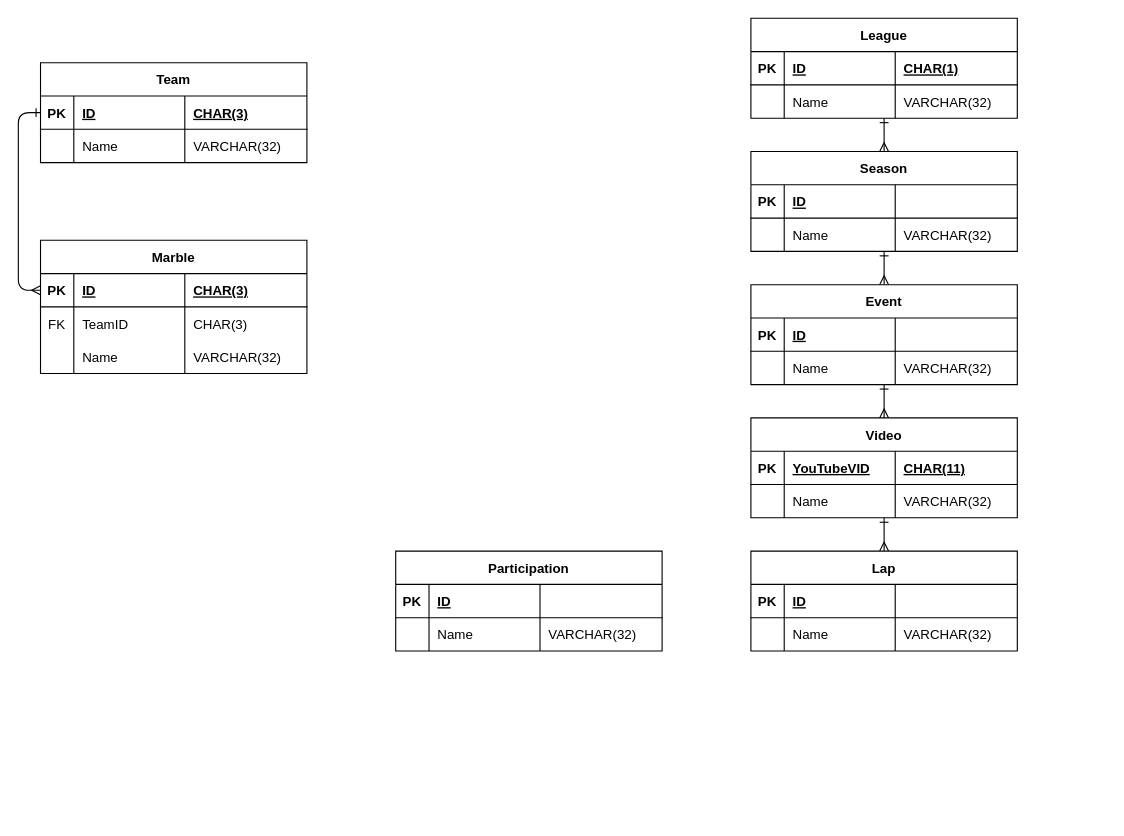
The draw.io diagram erd.drawio in JesusIsMyZoloft/JellesMarbleRuns, before the edit. Source tidied: cells renumbered, new cells numbered last; positions are measured from the earlier drawing's top-left corner, leaving out a move shared by most shapes. Both pictures are drawn from the tidied source at 111%, with x=0, y=0 at pixel (40, 18).
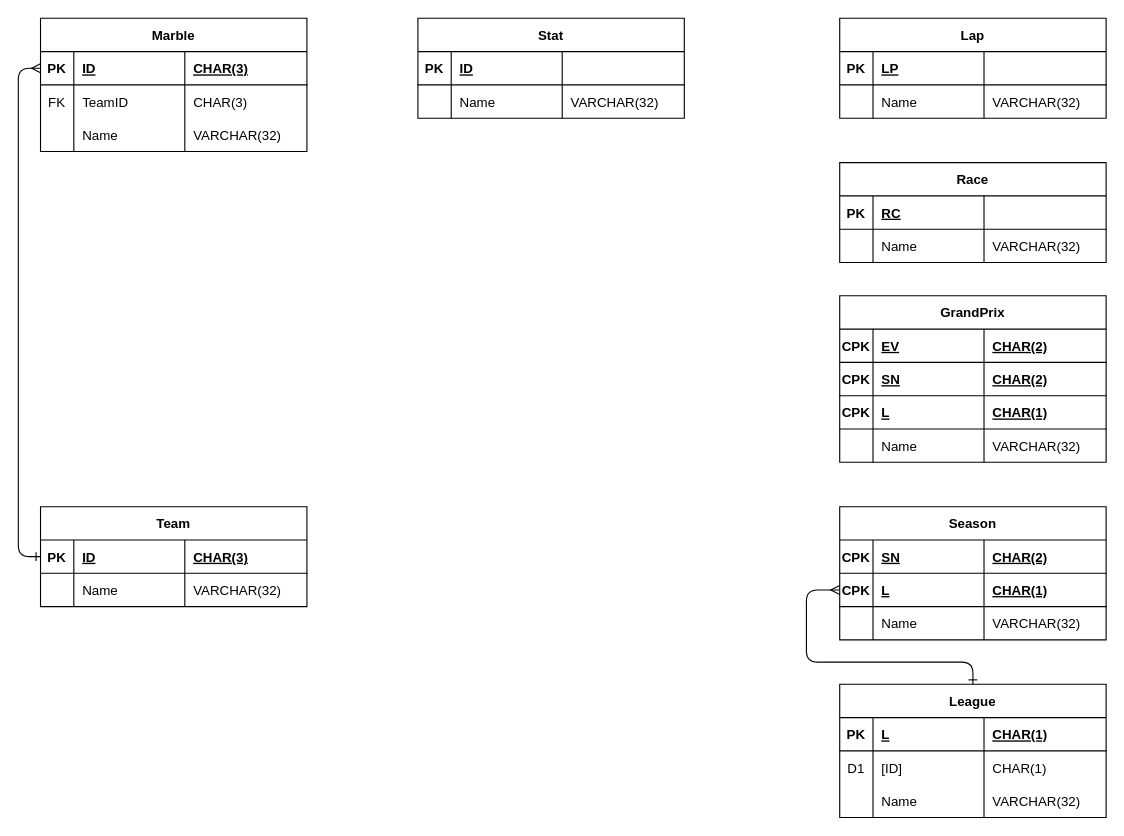
After the change.

Unchanged cells that the change refers to:
```xml
<mxCell id="27" style="shape=partialRectangle;fillColor=none;top=0;left=0;bottom=1;right=0;" parent="26" vertex="1">
  <mxGeometry y="30" width="240" height="30" as="geometry" />
</mxCell>
<mxCell id="31" style="shape=partialRectangle;fillColor=none;top=0;left=0;bottom=0;right=0;" parent="26" vertex="1">
  <mxGeometry y="60" width="240" height="30" as="geometry" />
</mxCell>
<mxCell id="37" style="shape=partialRectangle;fillColor=none;top=0;left=0;bottom=1;right=0;" parent="36" vertex="1">
  <mxGeometry y="30" width="240" height="30" as="geometry" />
</mxCell>
<mxCell id="47" style="shape=partialRectangle;fillColor=none;top=0;left=0;bottom=1;right=0;" parent="46" vertex="1">
  <mxGeometry y="30" width="240" height="30" as="geometry" />
</mxCell>
<mxCell id="57" style="shape=partialRectangle;fillColor=none;top=0;left=0;bottom=1;right=0;" parent="56" vertex="1">
  <mxGeometry y="30" width="240" height="30" as="geometry" />
</mxCell>
<mxCell id="66" style="shape=partialRectangle;fillColor=none;top=0;left=0;bottom=1;right=0;" parent="65" vertex="1">
  <mxGeometry y="30" width="240" height="30" as="geometry" />
</mxCell>
```

Change to the diagram source:
```diff
@@
     <mxCell id="2" value="Marble" style="shape=table;startSize=30;childLayout=tableLayout;rowLines=0;fontStyle=1;align=center;" parent="1" vertex="1">
-      <mxGeometry y="200" width="240" height="120" as="geometry" />
+      <mxGeometry width="240" height="120" as="geometry" />
     </mxCell>
@@
     <mxCell id="15" value="Team" style="shape=table;startSize=30;childLayout=tableLayout;rowLines=0;fontStyle=1;align=center;" parent="1" vertex="1">
-      <mxGeometry y="40" width="240" height="90" as="geometry" />
+      <mxGeometry y="440" width="240" height="90" as="geometry" />
     </mxCell>
@@
-    <mxCell id="25" style="edgeStyle=orthogonalEdgeStyle;rounded=1;jettySize=auto;html=1;entryX=0.5;entryY=0;entryDx=0;entryDy=0;startArrow=ERone;startFill=0;endArrow=ERmany;endFill=0;" parent="1" edge="1" source="26" target="36">
-      <mxGeometry relative="1" as="geometry" />
-    </mxCell>
     <mxCell id="26" value="League" style="shape=table;startSize=30;childLayout=tableLayout;rowLines=0;fontStyle=1;align=center;" parent="1" vertex="1">
-      <mxGeometry x="640" width="240" height="90" as="geometry" />
+      <mxGeometry x="720" y="600" width="240" height="120" as="geometry" />
     </mxCell>
@@
-    <mxCell id="29" value="ID" style="shape=partialRectangle;fillColor=none;top=0;left=0;bottom=0;right=0;align=left;spacingLeft=6;fontStyle=5;overflow=hidden;" parent="27" vertex="1">
+    <mxCell id="29" value="L" style="shape=partialRectangle;fillColor=none;top=0;left=0;bottom=0;right=0;align=left;spacingLeft=6;fontStyle=5;overflow=hidden;" parent="27" vertex="1">
       <mxGeometry x="30" width="100" height="30" as="geometry" />
     </mxCell>
@@
-    <mxCell id="32" style="shape=partialRectangle;fillColor=none;top=0;left=0;bottom=0;right=0;overflow=hidden;" parent="31" vertex="1">
+    <mxCell id="32" value="D1" style="shape=partialRectangle;fillColor=none;top=0;left=0;bottom=0;right=0;overflow=hidden;" parent="31" vertex="1">
       <mxGeometry width="30" height="30" as="geometry" />
     </mxCell>
-    <mxCell id="33" value="Name" style="shape=partialRectangle;fillColor=none;top=0;left=0;bottom=0;right=0;align=left;spacingLeft=6;overflow=hidden;" parent="31" vertex="1">
+    <mxCell id="33" value="[ID]" style="shape=partialRectangle;fillColor=none;top=0;left=0;bottom=0;right=0;align=left;spacingLeft=6;overflow=hidden;" parent="31" vertex="1">
       <mxGeometry x="30" width="100" height="30" as="geometry" />
     </mxCell>
-    <mxCell id="34" value="VARCHAR(32)" style="shape=partialRectangle;fillColor=none;top=0;left=0;bottom=0;right=0;align=left;spacingLeft=6;overflow=hidden;" parent="31" vertex="1">
+    <mxCell id="34" value="CHAR(1)" style="shape=partialRectangle;fillColor=none;top=0;left=0;bottom=0;right=0;align=left;spacingLeft=6;overflow=hidden;" parent="31" vertex="1">
       <mxGeometry x="130" width="110" height="30" as="geometry" />
     </mxCell>
-    <mxCell id="35" style="edgeStyle=orthogonalEdgeStyle;rounded=1;jettySize=auto;html=1;startArrow=ERone;startFill=0;endArrow=ERmany;endFill=0;" parent="1" edge="1" source="36" target="46">
-      <mxGeometry relative="1" as="geometry" />
-    </mxCell>
+    <mxCell id="83" style="shape=partialRectangle;fillColor=none;top=0;left=0;bottom=0;right=0;" parent="26" vertex="1">
+      <mxGeometry y="90" width="240" height="30" as="geometry" />
+    </mxCell>
+    <mxCell id="84" style="shape=partialRectangle;fillColor=none;top=0;left=0;bottom=0;right=0;overflow=hidden;" parent="83" vertex="1">
+      <mxGeometry width="30" height="30" as="geometry" />
+    </mxCell>
+    <mxCell id="85" value="Name" style="shape=partialRectangle;fillColor=none;top=0;left=0;bottom=0;right=0;align=left;spacingLeft=6;overflow=hidden;" parent="83" vertex="1">
+      <mxGeometry x="30" width="100" height="30" as="geometry" />
+    </mxCell>
+    <mxCell id="86" value="VARCHAR(32)" style="shape=partialRectangle;fillColor=none;top=0;left=0;bottom=0;right=0;align=left;spacingLeft=6;overflow=hidden;" parent="83" vertex="1">
+      <mxGeometry x="130" width="110" height="30" as="geometry" />
+    </mxCell>
     <mxCell id="36" value="Season" style="shape=table;startSize=30;childLayout=tableLayout;rowLines=0;fontStyle=1;align=center;" parent="1" vertex="1">
-      <mxGeometry x="640" y="120" width="240" height="90" as="geometry" />
+      <mxGeometry x="720" y="440" width="240" height="120" as="geometry" />
     </mxCell>
@@
-    <mxCell id="38" value="PK" style="shape=partialRectangle;fillColor=none;top=0;left=0;bottom=0;right=0;fontStyle=1;overflow=hidden;" parent="37" vertex="1">
+    <mxCell id="38" value="CPK" style="shape=partialRectangle;fillColor=none;top=0;left=0;bottom=0;right=0;fontStyle=1;overflow=hidden;" parent="37" vertex="1">
       <mxGeometry width="30" height="30" as="geometry" />
     </mxCell>
-    <mxCell id="39" value="ID" style="shape=partialRectangle;fillColor=none;top=0;left=0;bottom=0;right=0;align=left;spacingLeft=6;fontStyle=5;overflow=hidden;" parent="37" vertex="1">
+    <mxCell id="39" value="SN" style="shape=partialRectangle;fillColor=none;top=0;left=0;bottom=0;right=0;align=left;spacingLeft=6;fontStyle=5;overflow=hidden;" parent="37" vertex="1">
       <mxGeometry x="30" width="100" height="30" as="geometry" />
     </mxCell>
-    <mxCell id="40" style="shape=partialRectangle;fillColor=none;top=0;left=0;bottom=0;right=0;align=left;spacingLeft=6;fontStyle=5;overflow=hidden;" parent="37" vertex="1">
+    <mxCell id="40" value="CHAR(2)" style="shape=partialRectangle;fillColor=none;top=0;left=0;bottom=0;right=0;align=left;spacingLeft=6;fontStyle=5;overflow=hidden;" parent="37" vertex="1">
       <mxGeometry x="130" width="110" height="30" as="geometry" />
     </mxCell>
-    <mxCell id="41" style="shape=partialRectangle;fillColor=none;top=0;left=0;bottom=0;right=0;" parent="36" vertex="1">
-      <mxGeometry y="60" width="240" height="30" as="geometry" />
-    </mxCell>
-    <mxCell id="42" style="shape=partialRectangle;fillColor=none;top=0;left=0;bottom=0;right=0;overflow=hidden;" parent="41" vertex="1">
-      <mxGeometry width="30" height="30" as="geometry" />
-    </mxCell>
-    <mxCell id="43" value="Name" style="shape=partialRectangle;fillColor=none;top=0;left=0;bottom=0;right=0;align=left;spacingLeft=6;overflow=hidden;" parent="41" vertex="1">
-      <mxGeometry x="30" width="100" height="30" as="geometry" />
-    </mxCell>
-    <mxCell id="44" value="VARCHAR(32)" style="shape=partialRectangle;fillColor=none;top=0;left=0;bottom=0;right=0;align=left;spacingLeft=6;overflow=hidden;" parent="41" vertex="1">
-      <mxGeometry x="130" width="110" height="30" as="geometry" />
-    </mxCell>
-    <mxCell id="45" style="edgeStyle=orthogonalEdgeStyle;rounded=1;jettySize=auto;html=1;startArrow=ERone;startFill=0;endArrow=ERmany;endFill=0;" parent="1" edge="1" source="46" target="56">
-      <mxGeometry relative="1" as="geometry" />
-    </mxCell>
+    <mxCell id="87" style="shape=partialRectangle;fillColor=none;top=0;left=0;bottom=1;right=0;points=[[0,0.5],[1,0.5]];portConstraint=eastwest;" parent="36" vertex="1">
+      <mxGeometry y="60" width="240" height="30" as="geometry" />
+    </mxCell>
+    <mxCell id="88" value="CPK" style="shape=partialRectangle;fillColor=none;top=0;left=0;bottom=0;right=0;fontStyle=1;overflow=hidden;" parent="87" vertex="1">
+      <mxGeometry width="30" height="30" as="geometry" />
+    </mxCell>
+    <mxCell id="89" value="L" style="shape=partialRectangle;fillColor=none;top=0;left=0;bottom=0;right=0;align=left;spacingLeft=6;fontStyle=5;overflow=hidden;" parent="87" vertex="1">
+      <mxGeometry x="30" width="100" height="30" as="geometry" />
+    </mxCell>
+    <mxCell id="90" value="CHAR(1)" style="shape=partialRectangle;fillColor=none;top=0;left=0;bottom=0;right=0;align=left;spacingLeft=6;fontStyle=5;overflow=hidden;" parent="87" vertex="1">
+      <mxGeometry x="130" width="110" height="30" as="geometry" />
+    </mxCell>
+    <mxCell id="91" style="shape=partialRectangle;fillColor=none;top=0;left=0;bottom=0;right=0;" parent="36" vertex="1">
+      <mxGeometry y="90" width="240" height="30" as="geometry" />
+    </mxCell>
+    <mxCell id="92" style="shape=partialRectangle;fillColor=none;top=0;left=0;bottom=0;right=0;overflow=hidden;" parent="91" vertex="1">
+      <mxGeometry width="30" height="30" as="geometry" />
+    </mxCell>
+    <mxCell id="93" value="Name" style="shape=partialRectangle;fillColor=none;top=0;left=0;bottom=0;right=0;align=left;spacingLeft=6;overflow=hidden;" parent="91" vertex="1">
+      <mxGeometry x="30" width="100" height="30" as="geometry" />
+    </mxCell>
+    <mxCell id="94" value="VARCHAR(32)" style="shape=partialRectangle;fillColor=none;top=0;left=0;bottom=0;right=0;align=left;spacingLeft=6;overflow=hidden;" parent="91" vertex="1">
+      <mxGeometry x="130" width="110" height="30" as="geometry" />
+    </mxCell>
-    <mxCell id="46" value="Event" style="shape=table;startSize=30;childLayout=tableLayout;rowLines=0;fontStyle=1;align=center;" parent="1" vertex="1">
-      <mxGeometry x="640" y="240" width="240" height="90" as="geometry" />
+    <mxCell id="46" value="GrandPrix" style="shape=table;startSize=30;childLayout=tableLayout;rowLines=0;fontStyle=1;align=center;" parent="1" vertex="1">
+      <mxGeometry x="720" y="250" width="240" height="150" as="geometry" />
     </mxCell>
@@
-    <mxCell id="48" value="PK" style="shape=partialRectangle;fillColor=none;top=0;left=0;bottom=0;right=0;fontStyle=1;overflow=hidden;" parent="47" vertex="1">
+    <mxCell id="48" value="CPK" style="shape=partialRectangle;fillColor=none;top=0;left=0;bottom=0;right=0;fontStyle=1;overflow=hidden;" parent="47" vertex="1">
       <mxGeometry width="30" height="30" as="geometry" />
     </mxCell>
-    <mxCell id="49" value="ID" style="shape=partialRectangle;fillColor=none;top=0;left=0;bottom=0;right=0;align=left;spacingLeft=6;fontStyle=5;overflow=hidden;" parent="47" vertex="1">
+    <mxCell id="49" value="EV" style="shape=partialRectangle;fillColor=none;top=0;left=0;bottom=0;right=0;align=left;spacingLeft=6;fontStyle=5;overflow=hidden;" parent="47" vertex="1">
       <mxGeometry x="30" width="100" height="30" as="geometry" />
     </mxCell>
-    <mxCell id="50" style="shape=partialRectangle;fillColor=none;top=0;left=0;bottom=0;right=0;align=left;spacingLeft=6;fontStyle=5;overflow=hidden;" parent="47" vertex="1">
+    <mxCell id="50" value="CHAR(2)" style="shape=partialRectangle;fillColor=none;top=0;left=0;bottom=0;right=0;align=left;spacingLeft=6;fontStyle=5;overflow=hidden;" parent="47" vertex="1">
       <mxGeometry x="130" width="110" height="30" as="geometry" />
     </mxCell>
+    <mxCell id="95" style="shape=partialRectangle;fillColor=none;top=0;left=0;bottom=1;right=0;" parent="46" vertex="1">
+      <mxGeometry y="60" width="240" height="30" as="geometry" />
+    </mxCell>
+    <mxCell id="96" value="CPK" style="shape=partialRectangle;fillColor=none;top=0;left=0;bottom=0;right=0;fontStyle=1;overflow=hidden;" parent="95" vertex="1">
+      <mxGeometry width="30" height="30" as="geometry" />
+    </mxCell>
+    <mxCell id="97" value="SN" style="shape=partialRectangle;fillColor=none;top=0;left=0;bottom=0;right=0;align=left;spacingLeft=6;fontStyle=5;overflow=hidden;" parent="95" vertex="1">
+      <mxGeometry x="30" width="100" height="30" as="geometry" />
+    </mxCell>
+    <mxCell id="98" value="CHAR(2)" style="shape=partialRectangle;fillColor=none;top=0;left=0;bottom=0;right=0;align=left;spacingLeft=6;fontStyle=5;overflow=hidden;" parent="95" vertex="1">
+      <mxGeometry x="130" width="110" height="30" as="geometry" />
+    </mxCell>
+    <mxCell id="99" style="shape=partialRectangle;fillColor=none;top=0;left=0;bottom=1;right=0;" parent="46" vertex="1">
+      <mxGeometry y="90" width="240" height="30" as="geometry" />
+    </mxCell>
+    <mxCell id="100" value="CPK" style="shape=partialRectangle;fillColor=none;top=0;left=0;bottom=0;right=0;fontStyle=1;overflow=hidden;" parent="99" vertex="1">
+      <mxGeometry width="30" height="30" as="geometry" />
+    </mxCell>
+    <mxCell id="101" value="L" style="shape=partialRectangle;fillColor=none;top=0;left=0;bottom=0;right=0;align=left;spacingLeft=6;fontStyle=5;overflow=hidden;" parent="99" vertex="1">
+      <mxGeometry x="30" width="100" height="30" as="geometry" />
+    </mxCell>
+    <mxCell id="102" value="CHAR(1)" style="shape=partialRectangle;fillColor=none;top=0;left=0;bottom=0;right=0;align=left;spacingLeft=6;fontStyle=5;overflow=hidden;" parent="99" vertex="1">
+      <mxGeometry x="130" width="110" height="30" as="geometry" />
+    </mxCell>
     <mxCell id="51" style="shape=partialRectangle;fillColor=none;top=0;left=0;bottom=0;right=0;" parent="46" vertex="1">
-      <mxGeometry y="60" width="240" height="30" as="geometry" />
+      <mxGeometry y="120" width="240" height="30" as="geometry" />
     </mxCell>
@@
-    <mxCell id="55" style="edgeStyle=orthogonalEdgeStyle;rounded=1;jettySize=auto;html=1;startArrow=ERone;startFill=0;endArrow=ERmany;endFill=0;" parent="1" edge="1" source="56" target="65">
-      <mxGeometry relative="1" as="geometry" />
-    </mxCell>
-    <mxCell id="56" value="Video" style="shape=table;startSize=30;childLayout=tableLayout;rowLines=0;fontStyle=1;align=center;" parent="1" vertex="1">
-      <mxGeometry x="640" y="360" width="240" height="90" as="geometry" />
+    <mxCell id="56" value="Race" style="shape=table;startSize=30;childLayout=tableLayout;rowLines=0;fontStyle=1;align=center;" parent="1" vertex="1">
+      <mxGeometry x="720" y="130" width="240" height="90" as="geometry" />
     </mxCell>
@@
-    <mxCell id="59" value="YouTubeVID" style="shape=partialRectangle;fillColor=none;top=0;left=0;bottom=0;right=0;align=left;spacingLeft=6;fontStyle=5;overflow=hidden;" parent="57" vertex="1">
+    <mxCell id="59" value="RC" style="shape=partialRectangle;fillColor=none;top=0;left=0;bottom=0;right=0;align=left;spacingLeft=6;fontStyle=5;overflow=hidden;" parent="57" vertex="1">
       <mxGeometry x="30" width="100" height="30" as="geometry" />
     </mxCell>
-    <mxCell id="60" value="CHAR(11)" style="shape=partialRectangle;fillColor=none;top=0;left=0;bottom=0;right=0;align=left;spacingLeft=6;fontStyle=5;overflow=hidden;" parent="57" vertex="1">
+    <mxCell id="60" style="shape=partialRectangle;fillColor=none;top=0;left=0;bottom=0;right=0;align=left;spacingLeft=6;fontStyle=5;overflow=hidden;" parent="57" vertex="1">
       <mxGeometry x="130" width="110" height="30" as="geometry" />
     </mxCell>
@@
     <mxCell id="65" value="Lap" style="shape=table;startSize=30;childLayout=tableLayout;rowLines=0;fontStyle=1;align=center;" parent="1" vertex="1">
-      <mxGeometry x="640" y="480" width="240" height="90" as="geometry" />
+      <mxGeometry x="720" width="240" height="90" as="geometry" />
     </mxCell>
@@
-    <mxCell id="68" value="ID" style="shape=partialRectangle;fillColor=none;top=0;left=0;bottom=0;right=0;align=left;spacingLeft=6;fontStyle=5;overflow=hidden;" parent="66" vertex="1">
+    <mxCell id="68" value="LP" style="shape=partialRectangle;fillColor=none;top=0;left=0;bottom=0;right=0;align=left;spacingLeft=6;fontStyle=5;overflow=hidden;" parent="66" vertex="1">
       <mxGeometry x="30" width="100" height="30" as="geometry" />
     </mxCell>
@@
-    <mxCell id="74" value="Participation" style="shape=table;startSize=30;childLayout=tableLayout;rowLines=0;fontStyle=1;align=center;" parent="1" vertex="1">
-      <mxGeometry x="320" y="480" width="240" height="90" as="geometry" />
+    <mxCell id="74" value="Stat" style="shape=table;startSize=30;childLayout=tableLayout;rowLines=0;fontStyle=1;align=center;" parent="1" vertex="1">
+      <mxGeometry x="340" width="240" height="90" as="geometry" />
     </mxCell>
@@
+    <mxCell id="103" style="edgeStyle=orthogonalEdgeStyle;rounded=1;jettySize=auto;html=1;endArrow=ERone;endFill=0;startArrow=ERmany;startFill=0;" parent="1" edge="1" source="87" target="26">
+      <mxGeometry relative="1" as="geometry">
+        <Array as="points">
+          <mxPoint x="690" y="515" />
+          <mxPoint x="690" y="580" />
+          <mxPoint x="840" y="580" />
+        </Array>
+      </mxGeometry>
+    </mxCell>
```
